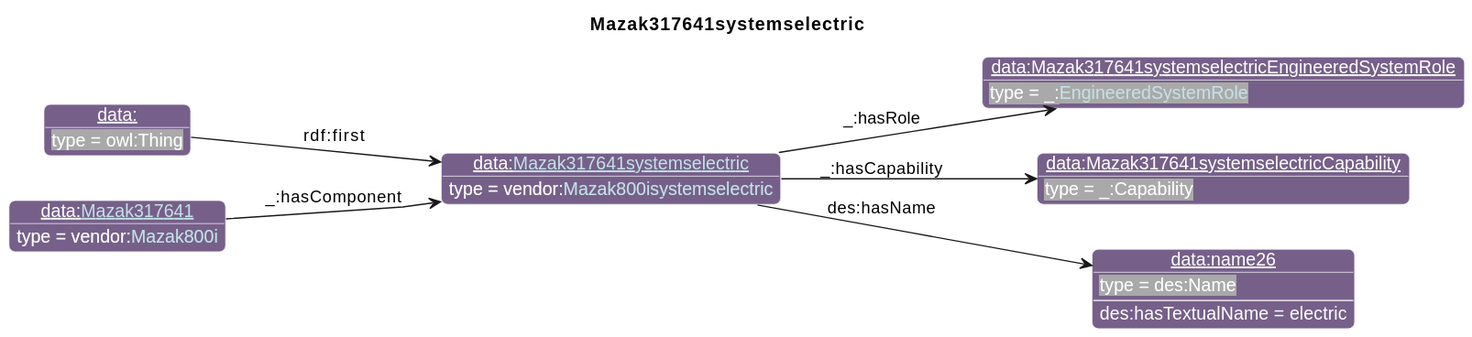
Above: diagrams/Mazak317641systemselectric.svg in iofoundry/example-syseng-mtconnect (PlantUML), before the change.
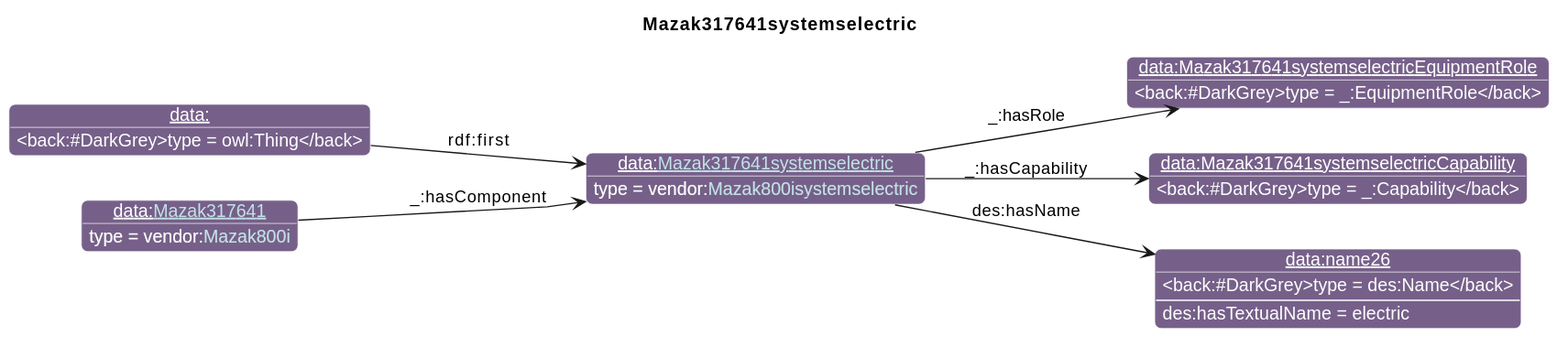
The same diagram one commit later.

Diff of the diagram source:
```diff
@@ -26,7 +26,7 @@
                       "qp":"641B2E"
       }
 individual(o0, data:[[./Mazak317641systemselectric.html Mazak317641systemselectric]], vendor:[[../Mazak.html#Mazak800isystemselectric Mazak800isystemselectric]])
-individual(o1, data:Mazak317641systemselectricEngineeredSystemRole, _:[[../MTConnect.html#EngineeredSystemRole EngineeredSystemRole]])
+individual(o1, data:Mazak317641systemselectricEquipmentRole, _:EquipmentRole)
 individual(o2, data:Mazak317641systemselectricCapability, _:Capability)
 individual(o3, data:name26, des:Name)
 individual(o4, data:, owl:Thing)
```
